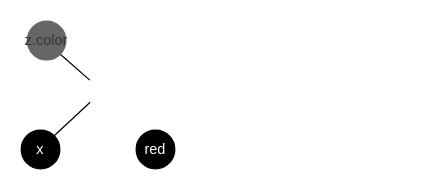
lokiworks/codebase keeps this draw.io diagram as page "Page-3" (3 of 3) of docs/algorithm.drawio. Above is the earlier version. Source tidied: cells renumbered, new cells numbered last; positions are measured from the earlier drawing's top-left corner, leaving out a move shared by most shapes. Both pictures are drawn from the tidied source at 121%, with x=0, y=0 at pixel (21, 21).
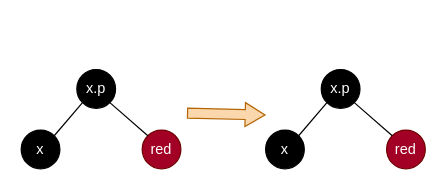
Above is the later version.

What changed in the source:
```diff
@@
 <mxGraphModel>
   <root>
     <mxCell id="0" />
     <mxCell id="1" parent="0" />
-    <mxCell id="2" style="rounded=0;jettySize=auto;html=1;exitX=1;exitY=1;exitDx=0;exitDy=0;entryX=0;entryY=0;entryDx=0;entryDy=0;endArrow=none;endFill=0;" parent="1" edge="1" source="3">
-      <mxGeometry relative="1" as="geometry">
-        <mxPoint x="56.7" y="48.7" as="targetPoint" />
-      </mxGeometry>
-    </mxCell>
-    <mxCell id="3" value="z.color" style="ellipse;whiteSpace=wrap;html=1;fillColor=#666666;fontColor=#333333;strokeColor=#666666;" parent="1" vertex="1">
-      <mxGeometry x="5" width="32" height="32" as="geometry" />
-    </mxCell>
     <mxCell id="4" value="&lt;font color=&quot;#ffffff&quot;&gt;x&lt;/font&gt;" style="ellipse;whiteSpace=wrap;html=1;fillColor=#000000;" parent="1" vertex="1">
       <mxGeometry y="90" width="32" height="32" as="geometry" />
     </mxCell>
-    <mxCell id="5" style="rounded=0;jettySize=auto;html=1;entryX=1;entryY=0;entryDx=0;entryDy=0;endArrow=none;endFill=0;" parent="1" edge="1" target="4">
-      <mxGeometry relative="1" as="geometry">
-        <mxPoint x="57" y="67" as="sourcePoint" />
-      </mxGeometry>
+    <mxCell id="5" style="rounded=0;jettySize=auto;html=1;entryX=1;entryY=0;entryDx=0;entryDy=0;endArrow=none;endFill=0;exitX=0;exitY=1;exitDx=0;exitDy=0;" parent="1" edge="1" source="8" target="4">
+      <mxGeometry relative="1" as="geometry" />
     </mxCell>
-    <mxCell id="6" value="&lt;font color=&quot;#ffffff&quot;&gt;red&lt;/font&gt;" style="ellipse;whiteSpace=wrap;html=1;fillColor=#000000;" parent="1" vertex="1">
-      <mxGeometry x="95" y="90" width="32" height="32" as="geometry" />
+    <mxCell id="6" value="&lt;font color=&quot;#ffffff&quot;&gt;red&lt;/font&gt;" style="ellipse;whiteSpace=wrap;html=1;fillColor=#a20025;fontColor=#ffffff;strokeColor=#6F0000;" parent="1" vertex="1">
+      <mxGeometry x="100" y="90" width="32" height="32" as="geometry" />
     </mxCell>
+    <mxCell id="7" style="rounded=0;jettySize=auto;html=1;exitX=1;exitY=1;exitDx=0;exitDy=0;entryX=0;entryY=0;entryDx=0;entryDy=0;endArrow=none;endFill=0;" parent="1" edge="1" source="8" target="6">
+      <mxGeometry relative="1" as="geometry" />
+    </mxCell>
+    <mxCell id="8" value="&lt;font color=&quot;#ffffff&quot;&gt;x.p&lt;/font&gt;" style="ellipse;whiteSpace=wrap;html=1;fillColor=#000000;" parent="1" vertex="1">
+      <mxGeometry x="46" y="40" width="32" height="32" as="geometry" />
+    </mxCell>
+    <mxCell id="9" value="&lt;font color=&quot;#ffffff&quot;&gt;x&lt;/font&gt;" style="ellipse;whiteSpace=wrap;html=1;fillColor=#000000;" parent="1" vertex="1">
+      <mxGeometry x="202" y="90" width="32" height="32" as="geometry" />
+    </mxCell>
+    <mxCell id="10" style="rounded=0;jettySize=auto;html=1;entryX=1;entryY=0;entryDx=0;entryDy=0;endArrow=none;endFill=0;exitX=0;exitY=1;exitDx=0;exitDy=0;" parent="1" edge="1" source="13" target="9">
+      <mxGeometry relative="1" as="geometry" />
+    </mxCell>
+    <mxCell id="11" value="&lt;font color=&quot;#ffffff&quot;&gt;red&lt;/font&gt;" style="ellipse;whiteSpace=wrap;html=1;fillColor=#a20025;fontColor=#ffffff;strokeColor=#6F0000;" parent="1" vertex="1">
+      <mxGeometry x="302" y="90" width="32" height="32" as="geometry" />
+    </mxCell>
+    <mxCell id="12" style="rounded=0;jettySize=auto;html=1;exitX=1;exitY=1;exitDx=0;exitDy=0;entryX=0;entryY=0;entryDx=0;entryDy=0;endArrow=none;endFill=0;" parent="1" edge="1" source="13" target="11">
+      <mxGeometry relative="1" as="geometry" />
+    </mxCell>
+    <mxCell id="13" value="&lt;font color=&quot;#ffffff&quot;&gt;x.p&lt;/font&gt;" style="ellipse;whiteSpace=wrap;html=1;fillColor=#000000;" parent="1" vertex="1">
+      <mxGeometry x="248" y="40" width="32" height="32" as="geometry" />
+    </mxCell>
+    <mxCell id="14" style="shape=flexArrow;endArrow=classic;html=1;rounded=0;endWidth=10.588235294117647;endSize=5.11864406779661;width=8.135593220338983;fillColor=#fad7ac;strokeColor=#b46504;" parent="1" edge="1">
+      <mxGeometry relative="1" as="geometry">
+        <mxPoint x="137" y="76" as="sourcePoint" />
+        <mxPoint x="202" y="77.6" as="targetPoint" />
+      </mxGeometry>
+    </mxCell>
   </root>
 </mxGraphModel>
```
